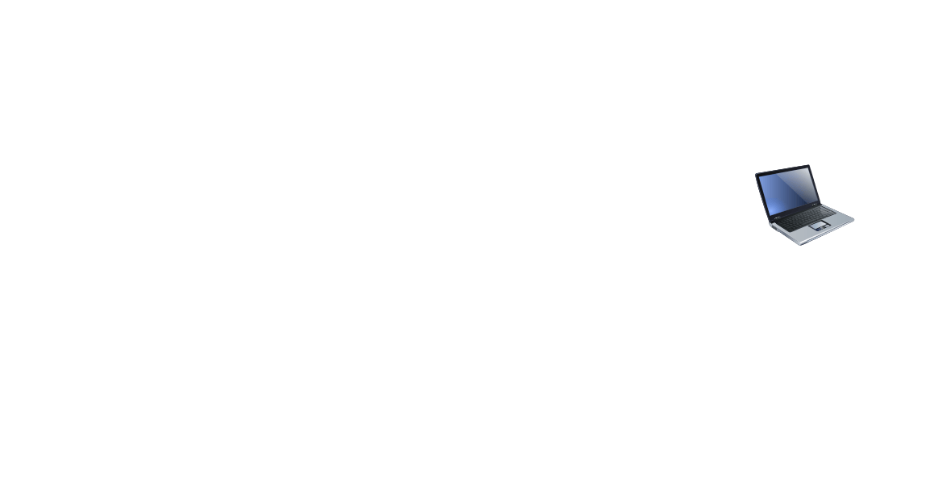
beginnerprivacy/the-opsec-bible keeps this draw.io diagram as docs/graphs/vps routing selfhosted.drawio. Above is the earlier version. Source tidied: cells renumbered, new cells numbered last; positions are measured from the earlier drawing's top-left corner, leaving out a move shared by most shapes. Both pictures are drawn from the tidied source at 125%, with x=0, y=0 at pixel (755, 155). Pictures stored in the file or linked from it are replaced by grey dashed boxes.
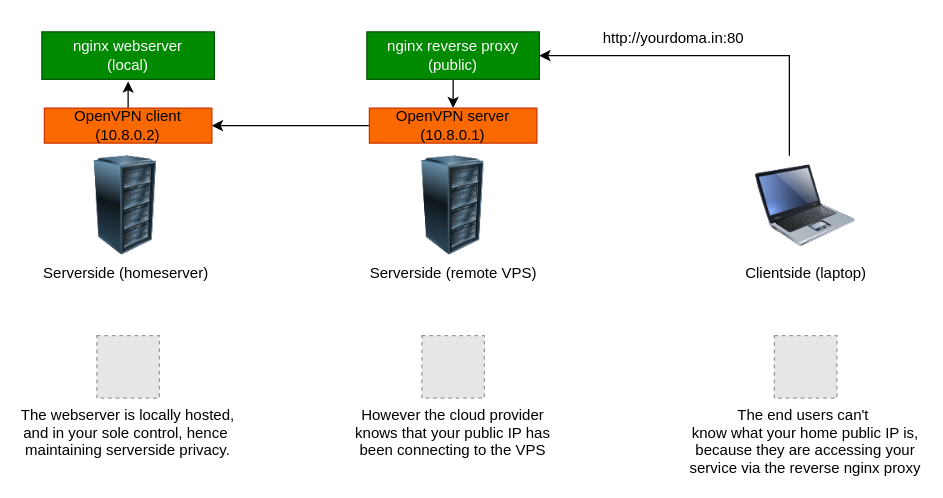
After the change.

The edit, as a diff of the source:
```diff
@@
 <mxGraphModel>
   <root>
     <mxCell id="0" />
     <mxCell id="1" parent="0" />
+    <mxCell id="3" style="edgeStyle=orthogonalEdgeStyle;rounded=0;jettySize=auto;html=1;entryX=1;entryY=0.5;entryDx=0;entryDy=0;" parent="1" edge="1" source="2" target="8">
+      <mxGeometry relative="1" as="geometry">
+        <Array as="points">
+          <mxPoint x="27" y="-80" />
+        </Array>
+      </mxGeometry>
+    </mxCell>
-    <mxCell id="2" style="image;html=1;image=img/lib/clip_art/computers/Laptop_128x128.png;" parent="1" vertex="1">
+    <mxCell id="2" value="Clientside (laptop)" style="image;html=1;image=img/lib/clip_art/computers/Laptop_128x128.png;" parent="1" vertex="1">
       <mxGeometry width="80" height="80" as="geometry" />
     </mxCell>
+    <mxCell id="4" value="Serverside (homeserver)" style="image;html=1;image=img/lib/clip_art/computers/Server_Rack_128x128.png;" parent="1" vertex="1">
+      <mxGeometry x="-544" width="80" height="80" as="geometry" />
+    </mxCell>
+    <mxCell id="5" value="Serverside (remote VPS)" style="image;html=1;image=img/lib/clip_art/computers/Server_Rack_128x128.png;" parent="1" vertex="1">
+      <mxGeometry x="-282" width="80" height="80" as="geometry" />
+    </mxCell>
+    <mxCell id="6" value="nginx webserver&lt;br&gt;(local)" style="rounded=0;whiteSpace=wrap;html=1;fillColor=#008a00;fontColor=#ffffff;strokeColor=#005700;" parent="1" vertex="1">
+      <mxGeometry x="-571" y="-99" width="138" height="38" as="geometry" />
+    </mxCell>
+    <mxCell id="7" style="edgeStyle=orthogonalEdgeStyle;rounded=0;jettySize=auto;html=1;entryX=0.5;entryY=0;entryDx=0;entryDy=0;" parent="1" edge="1" source="8" target="10">
+      <mxGeometry relative="1" as="geometry" />
+    </mxCell>
+    <mxCell id="8" value="nginx reverse proxy&lt;br&gt;(public)" style="rounded=0;whiteSpace=wrap;html=1;fillColor=#008a00;fontColor=#ffffff;strokeColor=#005700;" parent="1" vertex="1">
+      <mxGeometry x="-311" y="-99" width="138" height="38" as="geometry" />
+    </mxCell>
+    <mxCell id="9" style="edgeStyle=orthogonalEdgeStyle;rounded=0;jettySize=auto;html=1;entryX=1;entryY=0.5;entryDx=0;entryDy=0;" parent="1" edge="1" source="10" target="12">
+      <mxGeometry relative="1" as="geometry" />
+    </mxCell>
+    <mxCell id="10" value="OpenVPN server&lt;br&gt;(10.8.0.1)" style="rounded=0;whiteSpace=wrap;html=1;fillColor=#fa6800;fontColor=#000000;strokeColor=#C73500;" parent="1" vertex="1">
+      <mxGeometry x="-309" y="-38" width="134" height="28" as="geometry" />
+    </mxCell>
+    <mxCell id="11" style="edgeStyle=orthogonalEdgeStyle;rounded=0;jettySize=auto;html=1;" parent="1" edge="1" source="12">
+      <mxGeometry relative="1" as="geometry">
+        <mxPoint x="-502" y="-59.3" as="targetPoint" />
+      </mxGeometry>
+    </mxCell>
+    <mxCell id="12" value="OpenVPN client&lt;br&gt;(10.8.0.2)" style="rounded=0;whiteSpace=wrap;html=1;fillColor=#fa6800;fontColor=#000000;strokeColor=#C73500;" parent="1" vertex="1">
+      <mxGeometry x="-569" y="-38" width="134" height="28" as="geometry" />
+    </mxCell>
+    <mxCell id="13" value="http://yourdoma.in:80" style="text;html=1;align=center;verticalAlign=middle;strokeColor=none;fillColor=none;" parent="1" vertex="1">
+      <mxGeometry x="-141" y="-107" width="150" height="26" as="geometry" />
+    </mxCell>
+    <mxCell id="14" value="The end users can't &#10;know what your home public IP is,&#10;because they are accessing your&#10;service via the reverse nginx proxy" style="fillColor=#E6E6E6;strokeColor=#999999;dashed=1;verticalLabelPosition=bottom;verticalAlign=top;labelPosition=center;align=center;" parent="1" vertex="1">
+      <mxGeometry x="15" y="144" width="50" height="50" as="geometry" />
+    </mxCell>
+    <mxCell id="15" value="However the cloud provider&#10;knows that your public IP has&#10;been connecting to the VPS" style="fillColor=#E6E6E6;strokeColor=#999999;dashed=1;verticalLabelPosition=bottom;verticalAlign=top;" parent="1" vertex="1">
+      <mxGeometry x="-267" y="144" width="50" height="50" as="geometry" />
+    </mxCell>
+    <mxCell id="16" value="The webserver is locally hosted,&#10;and in your sole control, hence &#10;maintaining serverside privacy." style="fillColor=#E6E6E6;strokeColor=#999999;dashed=1;verticalLabelPosition=bottom;verticalAlign=top;" parent="1" vertex="1">
+      <mxGeometry x="-527" y="144" width="50" height="50" as="geometry" />
+    </mxCell>
   </root>
 </mxGraphModel>
```
